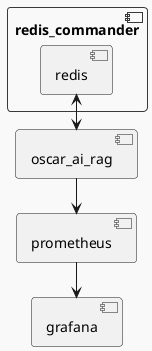
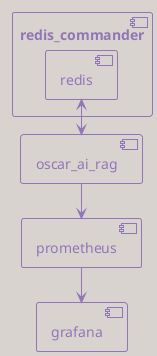
@startuml
- !theme mars
+ !theme mimeograph
left to right direction

component oscar_ai_rag

component redis_commander {
    component redis
}

component grafana
component prometheus

oscar_ai_rag <-> redis
oscar_ai_rag -> prometheus
prometheus -> grafana

@enduml